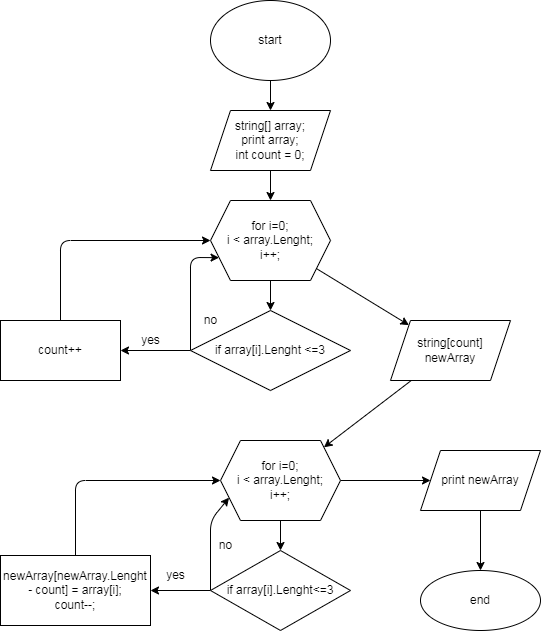
This is diagram.drawio.png from RomanKordanets/Tast, a draw.io export, as it was before one commit. Source tidied: cells renumbered, new cells last; positions are measured from the earlier drawing's top-left corner, leaving out a move shared by most shapes.
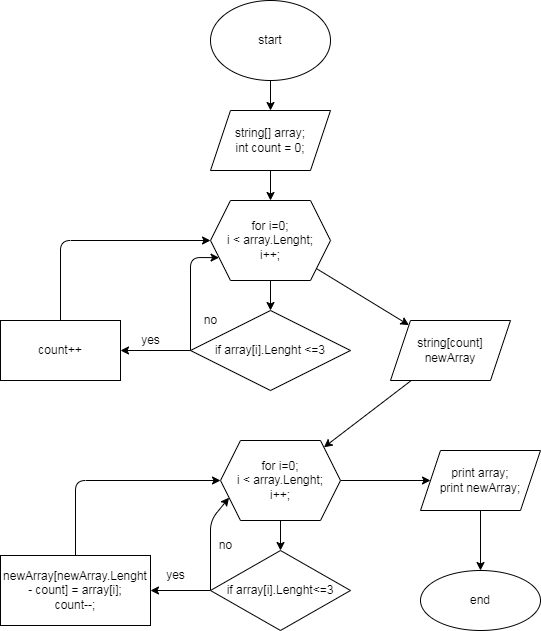
After the commit.

Change to the diagram source:
```diff
@@ -11,7 +11,7 @@
     <mxCell id="4" style="edgeStyle=none;html=1;" parent="1" edge="1" source="5" target="8">
       <mxGeometry relative="1" as="geometry" />
     </mxCell>
-    <mxCell id="5" value="string[] array;&lt;br&gt;print array;&lt;br&gt;int count = 0;" style="shape=parallelogram;perimeter=parallelogramPerimeter;whiteSpace=wrap;html=1;fixedSize=1;" parent="1" vertex="1">
+    <mxCell id="5" value="string[] array;&lt;br&gt;int count = 0;" style="shape=parallelogram;perimeter=parallelogramPerimeter;whiteSpace=wrap;html=1;fixedSize=1;" parent="1" vertex="1">
       <mxGeometry x="210" y="110" width="120" height="60" as="geometry" />
     </mxCell>
     <mxCell id="6" style="edgeStyle=none;html=1;" parent="1" edge="1" source="8" target="11">
@@ -99,7 +99,7 @@
     <mxCell id="28" style="edgeStyle=none;html=1;" parent="1" edge="1" source="29" target="30">
       <mxGeometry relative="1" as="geometry" />
     </mxCell>
-    <mxCell id="29" value="print newArray" style="shape=parallelogram;perimeter=parallelogramPerimeter;whiteSpace=wrap;html=1;fixedSize=1;" parent="1" vertex="1">
+    <mxCell id="29" value="print array;&lt;br&gt;print newArray;" style="shape=parallelogram;perimeter=parallelogramPerimeter;whiteSpace=wrap;html=1;fixedSize=1;" parent="1" vertex="1">
       <mxGeometry x="420" y="450" width="120" height="60" as="geometry" />
     </mxCell>
     <mxCell id="30" value="end" style="ellipse;whiteSpace=wrap;html=1;" parent="1" vertex="1">
```
